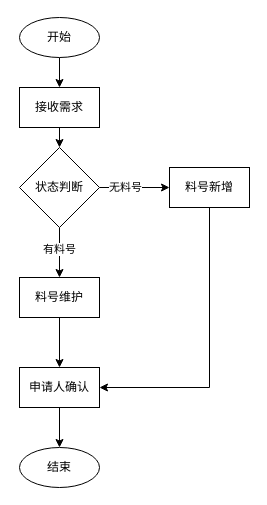
pbm0802/GitIDEATest keeps this draw.io diagram as 料号申请单.drawio. Above is the earlier version. Source tidied: cells renumbered, new cells numbered last; positions are measured from the earlier drawing's top-left corner, leaving out a move shared by most shapes. Both pictures are drawn from the tidied source at 100%, with x=0, y=0 at pixel (19, 17).
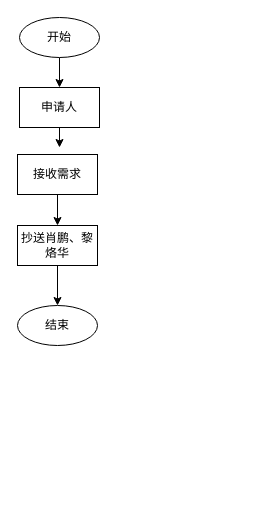
The same page after the edit.

Commit message:
更新料号申请单.drawio

What changed in the source:
```diff
@@
 <mxGraphModel>
   <root>
     <mxCell id="0" />
     <mxCell id="1" parent="0" />
     <mxCell id="2" style="edgeStyle=orthogonalEdgeStyle;rounded=0;jettySize=auto;html=1;exitX=0.5;exitY=1;exitDx=0;exitDy=0;entryX=0.5;entryY=0;entryDx=0;entryDy=0;" parent="1" edge="1" source="3" target="5">
       <mxGeometry relative="1" as="geometry" />
     </mxCell>
     <mxCell id="3" value="开始" style="ellipse;whiteSpace=wrap;html=1;" parent="1" vertex="1">
       <mxGeometry width="80" height="40" as="geometry" />
     </mxCell>
     <mxCell id="4" style="edgeStyle=orthogonalEdgeStyle;rounded=0;jettySize=auto;html=1;exitX=0.5;exitY=1;exitDx=0;exitDy=0;entryX=0.5;entryY=0;entryDx=0;entryDy=0;" parent="1" edge="1" source="5">
       <mxGeometry relative="1" as="geometry">
         <mxPoint x="40" y="130" as="targetPoint" />
       </mxGeometry>
     </mxCell>
-    <mxCell id="5" value="接收需求" style="rounded=0;whiteSpace=wrap;html=1;" parent="1" vertex="1">
+    <mxCell id="5" value="申请人" style="rounded=0;whiteSpace=wrap;html=1;" parent="1" vertex="1">
       <mxGeometry y="70" width="80" height="40" as="geometry" />
     </mxCell>
-    <mxCell id="6" style="edgeStyle=orthogonalEdgeStyle;rounded=0;jettySize=auto;html=1;exitX=1;exitY=0.5;exitDx=0;exitDy=0;" parent="1" edge="1" source="10" target="14">
-      <mxGeometry relative="1" as="geometry" />
-    </mxCell>
-    <mxCell id="7" value="无料号" style="edgeLabel;html=1;align=center;verticalAlign=middle;" parent="6" vertex="1">
-      <mxGeometry x="-0.28" y="1" relative="1" as="geometry" />
-    </mxCell>
-    <mxCell id="8" style="edgeStyle=orthogonalEdgeStyle;rounded=0;jettySize=auto;html=1;exitX=0.5;exitY=1;exitDx=0;exitDy=0;entryX=0.5;entryY=0;entryDx=0;entryDy=0;" parent="1" edge="1" source="10" target="12">
-      <mxGeometry relative="1" as="geometry" />
-    </mxCell>
-    <mxCell id="9" value="有料号" style="edgeLabel;html=1;align=center;verticalAlign=middle;" parent="8" vertex="1">
-      <mxGeometry x="-0.18" y="-1" relative="1" as="geometry" />
-    </mxCell>
-    <mxCell id="10" value="状态判断" style="rhombus;whiteSpace=wrap;html=1;" parent="1" vertex="1">
-      <mxGeometry y="130" width="80" height="80" as="geometry" />
-    </mxCell>
     <mxCell id="11" style="edgeStyle=orthogonalEdgeStyle;rounded=0;jettySize=auto;html=1;exitX=0.5;exitY=1;exitDx=0;exitDy=0;entryX=0.5;entryY=0;entryDx=0;entryDy=0;" parent="1" edge="1" source="12" target="16">
       <mxGeometry relative="1" as="geometry" />
     </mxCell>
-    <mxCell id="12" value="料号维护" style="rounded=0;whiteSpace=wrap;html=1;" parent="1" vertex="1">
-      <mxGeometry y="260" width="80" height="40" as="geometry" />
+    <mxCell id="12" value="接收需求" style="rounded=0;whiteSpace=wrap;html=1;" parent="1" vertex="1">
+      <mxGeometry x="-2" y="137" width="80" height="40" as="geometry" />
     </mxCell>
-    <mxCell id="13" style="edgeStyle=orthogonalEdgeStyle;rounded=0;jettySize=auto;html=1;exitX=0.5;exitY=1;exitDx=0;exitDy=0;entryX=1;entryY=0.5;entryDx=0;entryDy=0;" parent="1" edge="1" source="14" target="16">
-      <mxGeometry relative="1" as="geometry" />
-    </mxCell>
-    <mxCell id="14" value="料号新增" style="rounded=0;whiteSpace=wrap;html=1;" parent="1" vertex="1">
-      <mxGeometry x="150" y="150" width="80" height="40" as="geometry" />
-    </mxCell>
     <mxCell id="15" style="edgeStyle=orthogonalEdgeStyle;rounded=0;jettySize=auto;html=1;exitX=0.5;exitY=1;exitDx=0;exitDy=0;entryX=0.5;entryY=0;entryDx=0;entryDy=0;" parent="1" edge="1" source="16" target="17">
       <mxGeometry relative="1" as="geometry" />
     </mxCell>
-    <mxCell id="16" value="申请人确认" style="rounded=0;whiteSpace=wrap;html=1;" parent="1" vertex="1">
-      <mxGeometry y="350" width="80" height="40" as="geometry" />
+    <mxCell id="16" value="抄送肖鹏、黎烙华" style="rounded=0;whiteSpace=wrap;html=1;" parent="1" vertex="1">
+      <mxGeometry x="-2" y="208" width="80" height="40" as="geometry" />
     </mxCell>
     <mxCell id="17" value="结束" style="ellipse;whiteSpace=wrap;html=1;" parent="1" vertex="1">
-      <mxGeometry y="430" width="80" height="40" as="geometry" />
+      <mxGeometry x="-2" y="288" width="80" height="40" as="geometry" />
     </mxCell>
   </root>
 </mxGraphModel>
```
